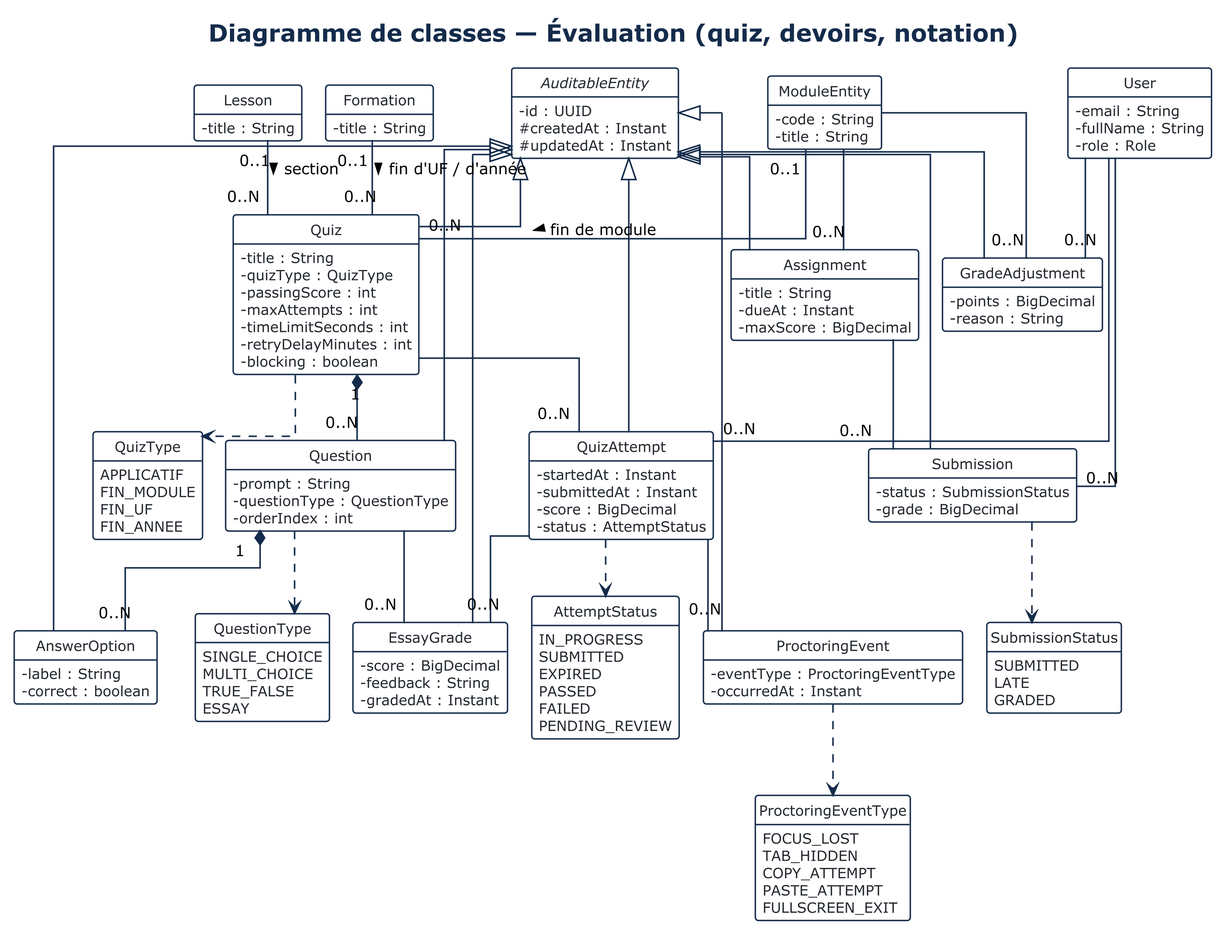
The PlantUML diagram diagrammes/images/diagramme_classes_evaluation.png in aminecharro01/E-learning, before a commit.
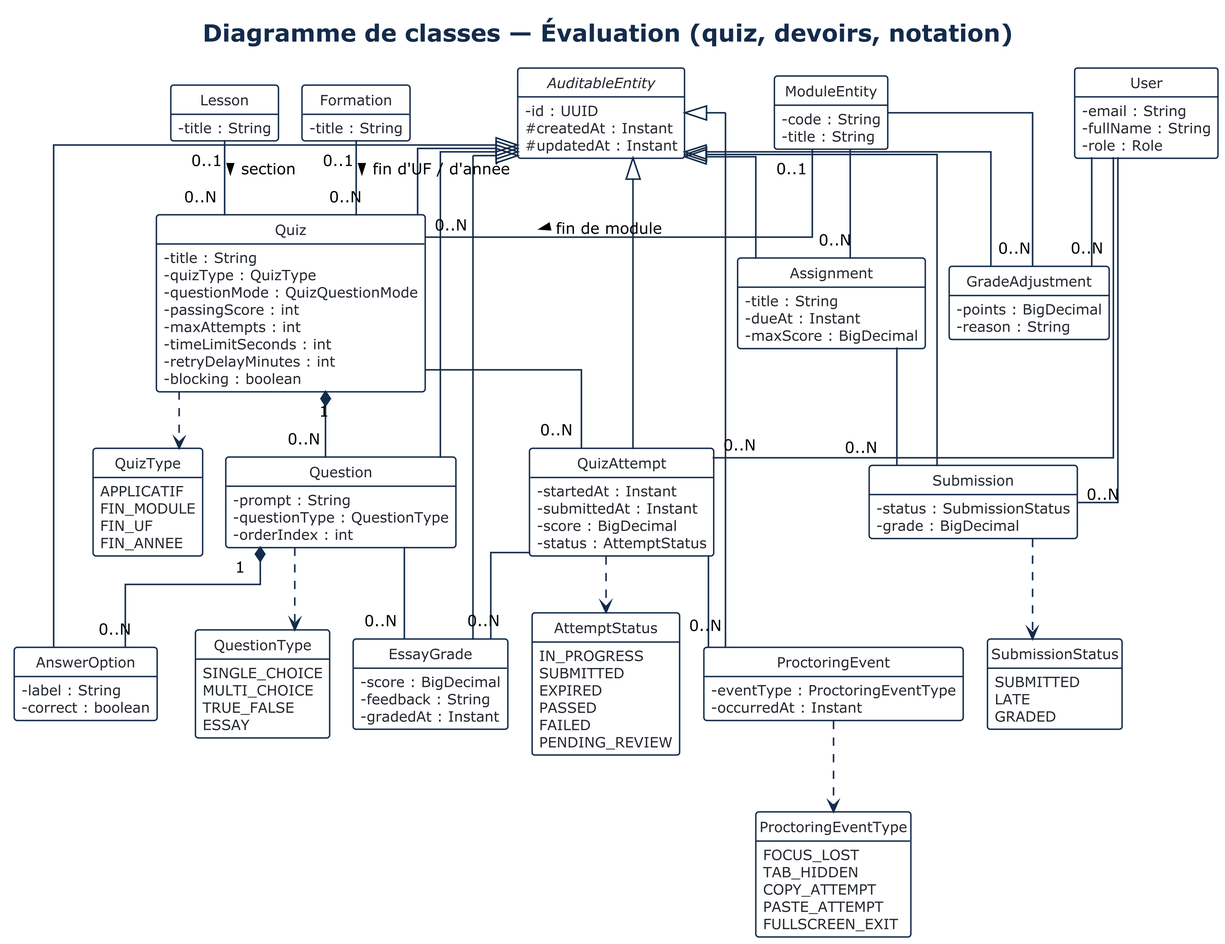
Later version of the same file.

Commit message:
Documente les fonctionnalites du jour dans le rapport et met a jour le diagramme de classes

Diff of the diagram source:
```diff
@@ -60,6 +60,7 @@
 class Quiz {
   - title : String
   - quizType : QuizType
+  - questionMode : QuizQuestionMode
   - passingScore : int
   - maxAttempts : int
   - timeLimitSeconds : int
```
